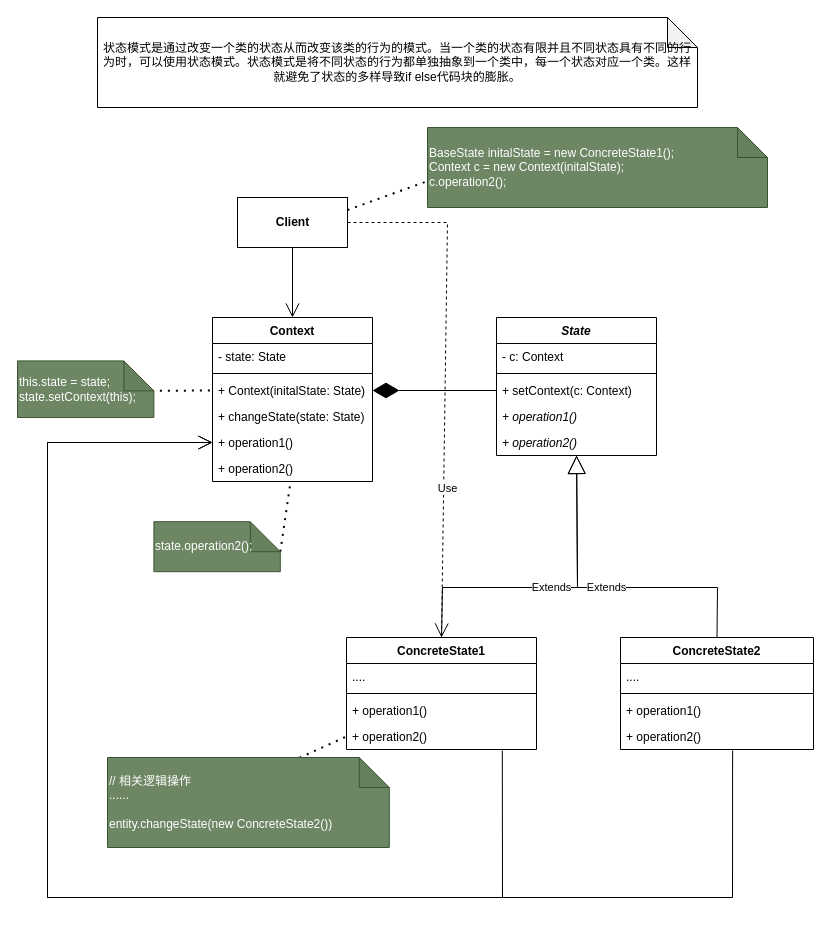
The draw.io diagram page "第 1 页" (1 of 2) of 状态模式.drawio in HsoulLink/designpattern_pic, before the edit. Source tidied: cells renumbered, new cells numbered last; positions are measured from the earlier drawing's top-left corner, leaving out a move shared by most shapes. Both pictures are drawn from the tidied source at 100%, with x=0, y=0 at pixel (17, 17).
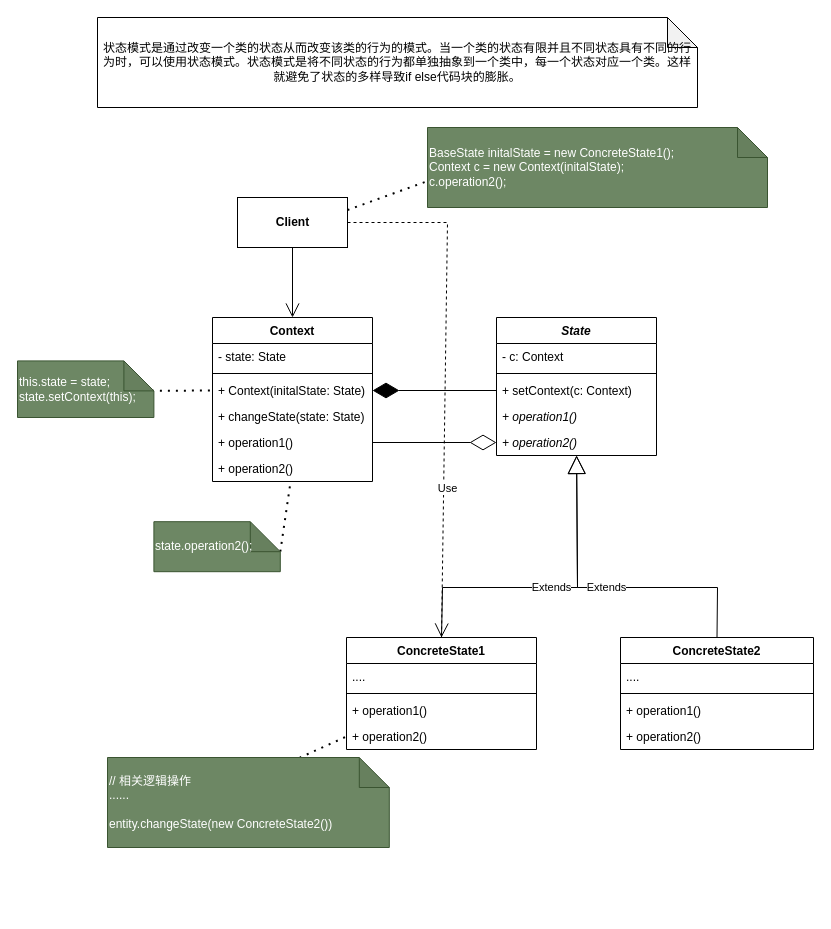
The same page after the edit.

Commit message (it also covers changes not shown here):
更新状态模式.drawio

Unchanged cells that the change refers to:
```xml
<mxCell id="7" value="+ operation2()" style="text;strokeColor=none;fillColor=none;align=left;verticalAlign=top;spacingLeft=4;spacingRight=4;overflow=hidden;points=[[0,0.5],[1,0.5]];portConstraint=eastwest;" parent="3" vertex="1">
  <mxGeometry y="86" width="193" height="26" as="geometry" />
</mxCell>
<mxCell id="13" value="+ operation1()" style="text;strokeColor=none;fillColor=none;align=left;verticalAlign=top;spacingLeft=4;spacingRight=4;overflow=hidden;points=[[0,0.5],[1,0.5]];portConstraint=eastwest;" parent="8" vertex="1">
  <mxGeometry y="112" width="160" height="26" as="geometry" />
</mxCell>
<mxCell id="19" value="+ operation2()" style="text;strokeColor=none;fillColor=none;align=left;verticalAlign=top;spacingLeft=4;spacingRight=4;overflow=hidden;points=[[0,0.5],[1,0.5]];portConstraint=eastwest;" parent="15" vertex="1">
  <mxGeometry y="86" width="190" height="26" as="geometry" />
</mxCell>
<mxCell id="25" value="+ operation2()" style="text;strokeColor=none;fillColor=none;align=left;verticalAlign=top;spacingLeft=4;spacingRight=4;overflow=hidden;points=[[0,0.5],[1,0.5]];portConstraint=eastwest;fontStyle=2;" parent="20" vertex="1">
  <mxGeometry y="112" width="160" height="26" as="geometry" />
</mxCell>
```

Diff of the diagram source:
```diff
@@
-    <mxCell id="37" style="endArrow=open;endFill=1;endSize=12;html=1;rounded=0;exitX=0.82;exitY=1.038;exitDx=0;exitDy=0;exitPerimeter=0;entryX=0;entryY=0.5;entryDx=0;entryDy=0;" parent="1" edge="1" source="19" target="13">
-      <mxGeometry relative="1" as="geometry">
-        <Array as="points">
-          <mxPoint x="485" y="880" />
-          <mxPoint x="30" y="880" />
-          <mxPoint x="30" y="425" />
-        </Array>
-      </mxGeometry>
-    </mxCell>
-    <mxCell id="38" style="endArrow=open;endFill=1;endSize=12;html=1;rounded=0;exitX=0.581;exitY=1.038;exitDx=0;exitDy=0;exitPerimeter=0;entryX=0;entryY=0.5;entryDx=0;entryDy=0;" parent="1" edge="1" source="7" target="13">
-      <mxGeometry relative="1" as="geometry">
-        <Array as="points">
-          <mxPoint x="715" y="880" />
-          <mxPoint x="30" y="880" />
-          <mxPoint x="30" y="425" />
-        </Array>
-      </mxGeometry>
-    </mxCell>
@@
+    <mxCell id="42" style="endArrow=diamondThin;endFill=0;endSize=24;html=1;rounded=0;entryX=0;entryY=0.5;entryDx=0;entryDy=0;exitX=1;exitY=0.5;exitDx=0;exitDy=0;" parent="1" edge="1" source="13" target="25">
+      <mxGeometry relative="1" as="geometry" />
+    </mxCell>
```
